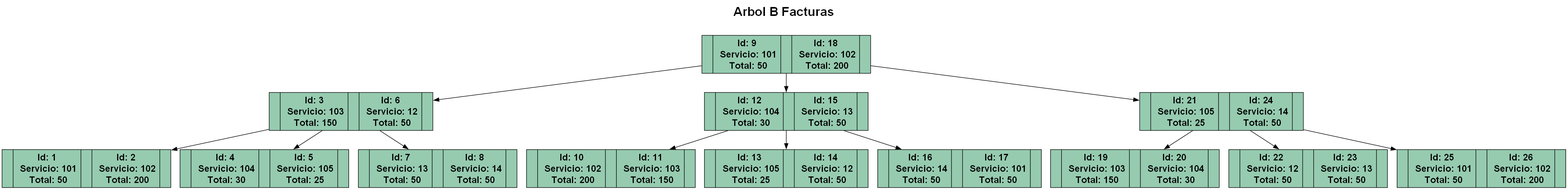
Before: Fase2/Reportes/facturas.png, a diagram exported from Graphviz (Saloj17/-EDD-1S2025_201900081). Its source is kept beside it as Fase2/Reportes/facturas.dot. Its diagram source:
```dot
digraph ArbolB {
  node [shape=record, height=0.1];
  label = "Arbol B Facturas

";
  labelloc = "t";
  fontsize = 24;
  fontname = "Helvetica-Bold";
  nodo_18643596 [label=" |Id: 9\n Servicio: 101\n Total: 50| |Id: 18\n Servicio: 102\n Total: 200|" style="filled" fillcolor="#96cbb0" fontname="Helvetica-Bold" fontsize = 18];
  nodo_33574638 [label=" |Id: 3\n Servicio: 103\n Total: 150| |Id: 6\n Servicio: 12\n Total: 50|" style="filled" fillcolor="#96cbb0" fontname="Helvetica-Bold" fontsize = 18];
  nodo_33736294 [label=" |Id: 1\n Servicio: 101\n Total: 50| |Id: 2\n Servicio: 102\n Total: 200|" style="filled" fillcolor="#96cbb0" fontname="Helvetica-Bold" fontsize = 18];
  nodo_33574638 -> nodo_33736294;
  nodo_35191196 [label=" |Id: 4\n Servicio: 104\n Total: 30| |Id: 5\n Servicio: 105\n Total: 25|" style="filled" fillcolor="#96cbb0" fontname="Helvetica-Bold" fontsize = 18];
  nodo_33574638 -> nodo_35191196;
  nodo_48285313 [label=" |Id: 7\n Servicio: 13\n Total: 50| |Id: 8\n Servicio: 14\n Total: 50|" style="filled" fillcolor="#96cbb0" fontname="Helvetica-Bold" fontsize = 18];
  nodo_33574638 -> nodo_48285313;
  nodo_18643596 -> nodo_33574638;
  nodo_31914638 [label=" |Id: 12\n Servicio: 104\n Total: 30| |Id: 15\n Servicio: 13\n Total: 50|" style="filled" fillcolor="#96cbb0" fontname="Helvetica-Bold" fontsize = 18];
  nodo_18796293 [label=" |Id: 10\n Servicio: 102\n Total: 200| |Id: 11\n Servicio: 103\n Total: 150|" style="filled" fillcolor="#96cbb0" fontname="Helvetica-Bold" fontsize = 18];
  nodo_31914638 -> nodo_18796293;
  nodo_34948909 [label=" |Id: 13\n Servicio: 105\n Total: 25| |Id: 14\n Servicio: 12\n Total: 50|" style="filled" fillcolor="#96cbb0" fontname="Helvetica-Bold" fontsize = 18];
  nodo_31914638 -> nodo_34948909;
  nodo_46104728 [label=" |Id: 16\n Servicio: 14\n Total: 50| |Id: 17\n Servicio: 101\n Total: 50|" style="filled" fillcolor="#96cbb0" fontname="Helvetica-Bold" fontsize = 18];
  nodo_31914638 -> nodo_46104728;
  nodo_18643596 -> nodo_31914638;
  nodo_12289376 [label=" |Id: 21\n Servicio: 105\n Total: 25| |Id: 24\n Servicio: 14\n Total: 50|" style="filled" fillcolor="#96cbb0" fontname="Helvetica-Bold" fontsize = 18];
  nodo_43495525 [label=" |Id: 19\n Servicio: 103\n Total: 150| |Id: 20\n Servicio: 104\n Total: 30|" style="filled" fillcolor="#96cbb0" fontname="Helvetica-Bold" fontsize = 18];
  nodo_12289376 -> nodo_43495525;
  nodo_55915408 [label=" |Id: 22\n Servicio: 12\n Total: 50| |Id: 23\n Servicio: 13\n Total: 50|" style="filled" fillcolor="#96cbb0" fontname="Helvetica-Bold" fontsize = 18];
  nodo_12289376 -> nodo_55915408;
  nodo_33476626 [label=" |Id: 25\n Servicio: 101\n Total: 50| |Id: 26\n Servicio: 102\n Total: 200|" style="filled" fillcolor="#96cbb0" fontname="Helvetica-Bold" fontsize = 18];
  nodo_12289376 -> nodo_33476626;
  nodo_18643596 -> nodo_12289376;
}
```
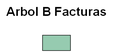
Above is the later version.

Change to the diagram source:
```diff
@@ -6,29 +6,5 @@
   labelloc = "t";
   fontsize = 24;
   fontname = "Helvetica-Bold";
-  nodo_18643596 [label=" |Id: 9\n Servicio: 101\n Total: 50| |Id: 18\n Servicio: 102\n Total: 200|" style="filled" fillcolor="#96cbb0" fontname="Helvetica-Bold" fontsize = 18];
-  nodo_33574638 [label=" |Id: 3\n Servicio: 103\n Total: 150| |Id: 6\n Servicio: 12\n Total: 50|" style="filled" fillcolor="#96cbb0" fontname="Helvetica-Bold" fontsize = 18];
-  nodo_33736294 [label=" |Id: 1\n Servicio: 101\n Total: 50| |Id: 2\n Servicio: 102\n Total: 200|" style="filled" fillcolor="#96cbb0" fontname="Helvetica-Bold" fontsize = 18];
-  nodo_33574638 -> nodo_33736294;
-  nodo_35191196 [label=" |Id: 4\n Servicio: 104\n Total: 30| |Id: 5\n Servicio: 105\n Total: 25|" style="filled" fillcolor="#96cbb0" fontname="Helvetica-Bold" fontsize = 18];
-  nodo_33574638 -> nodo_35191196;
-  nodo_48285313 [label=" |Id: 7\n Servicio: 13\n Total: 50| |Id: 8\n Servicio: 14\n Total: 50|" style="filled" fillcolor="#96cbb0" fontname="Helvetica-Bold" fontsize = 18];
-  nodo_33574638 -> nodo_48285313;
-  nodo_18643596 -> nodo_33574638;
-  nodo_31914638 [label=" |Id: 12\n Servicio: 104\n Total: 30| |Id: 15\n Servicio: 13\n Total: 50|" style="filled" fillcolor="#96cbb0" fontname="Helvetica-Bold" fontsize = 18];
-  nodo_18796293 [label=" |Id: 10\n Servicio: 102\n Total: 200| |Id: 11\n Servicio: 103\n Total: 150|" style="filled" fillcolor="#96cbb0" fontname="Helvetica-Bold" fontsize = 18];
-  nodo_31914638 -> nodo_18796293;
-  nodo_34948909 [label=" |Id: 13\n Servicio: 105\n Total: 25| |Id: 14\n Servicio: 12\n Total: 50|" style="filled" fillcolor="#96cbb0" fontname="Helvetica-Bold" fontsize = 18];
-  nodo_31914638 -> nodo_34948909;
-  nodo_46104728 [label=" |Id: 16\n Servicio: 14\n Total: 50| |Id: 17\n Servicio: 101\n Total: 50|" style="filled" fillcolor="#96cbb0" fontname="Helvetica-Bold" fontsize = 18];
-  nodo_31914638 -> nodo_46104728;
-  nodo_18643596 -> nodo_31914638;
-  nodo_12289376 [label=" |Id: 21\n Servicio: 105\n Total: 25| |Id: 24\n Servicio: 14\n Total: 50|" style="filled" fillcolor="#96cbb0" fontname="Helvetica-Bold" fontsize = 18];
-  nodo_43495525 [label=" |Id: 19\n Servicio: 103\n Total: 150| |Id: 20\n Servicio: 104\n Total: 30|" style="filled" fillcolor="#96cbb0" fontname="Helvetica-Bold" fontsize = 18];
-  nodo_12289376 -> nodo_43495525;
-  nodo_55915408 [label=" |Id: 22\n Servicio: 12\n Total: 50| |Id: 23\n Servicio: 13\n Total: 50|" style="filled" fillcolor="#96cbb0" fontname="Helvetica-Bold" fontsize = 18];
-  nodo_12289376 -> nodo_55915408;
-  nodo_33476626 [label=" |Id: 25\n Servicio: 101\n Total: 50| |Id: 26\n Servicio: 102\n Total: 200|" style="filled" fillcolor="#96cbb0" fontname="Helvetica-Bold" fontsize = 18];
-  nodo_12289376 -> nodo_33476626;
-  nodo_18643596 -> nodo_12289376;
+  nodo_32347029 [label="" style="filled" fillcolor="#96cbb0" fontname="Helvetica-Bold" fontsize = 18];
 }
```
